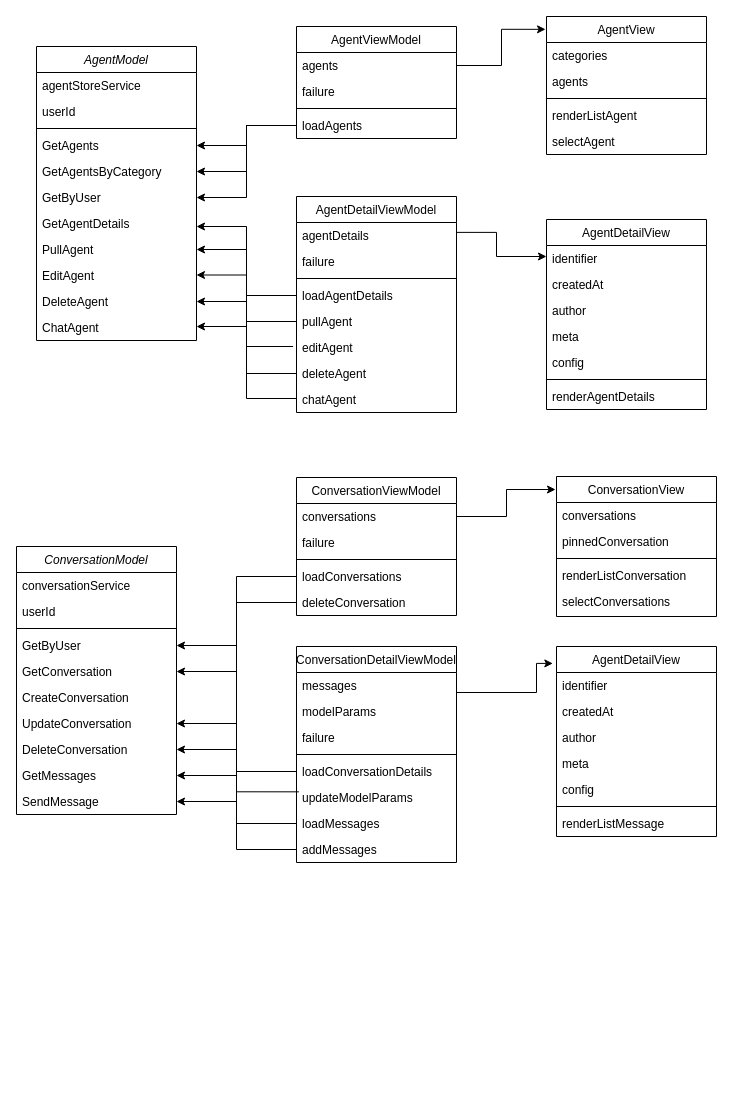
Before: MVVMDiagram.drawio in GitTuanKiet/CSE441_PROJECT, a draw.io diagram. Source tidied: cells renumbered, new cells numbered last; positions are measured from the earlier drawing's top-left corner, leaving out a move shared by most shapes. Both pictures are drawn from the tidied source at 100%, with x=0, y=0 at pixel (16, 16).
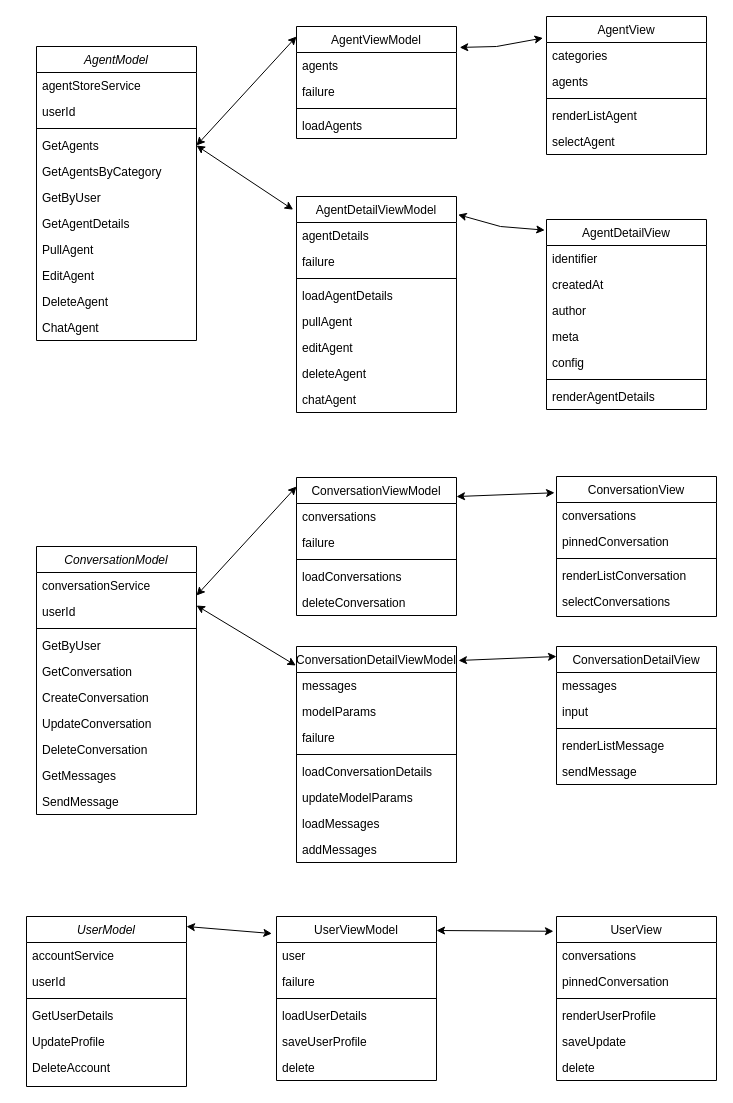
After the change.

The change refers to these unchanged cells:
```xml
<mxCell id="6" value="GetAgents" style="text;align=left;verticalAlign=top;spacingLeft=4;spacingRight=4;overflow=hidden;points=[[0,0.5],[1,0.5]];portConstraint=eastwest;" parent="2" vertex="1">
<mxCell id="7" value="GetAgentsByCategory" style="text;align=left;verticalAlign=top;spacingLeft=4;spacingRight=4;overflow=hidden;points=[[0,0.5],[1,0.5]];portConstraint=eastwest;" parent="2" vertex="1">
<mxCell id="8" value="GetByUser" style="text;align=left;verticalAlign=top;spacingLeft=4;spacingRight=4;overflow=hidden;points=[[0,0.5],[1,0.5]];portConstraint=eastwest;" parent="2" vertex="1">
<mxCell id="10" value="PullAgent" style="text;align=left;verticalAlign=top;spacingLeft=4;spacingRight=4;overflow=hidden;points=[[0,0.5],[1,0.5]];portConstraint=eastwest;" parent="2" vertex="1">
<mxCell id="12" value="DeleteAgent" style="text;align=left;verticalAlign=top;spacingLeft=4;spacingRight=4;overflow=hidden;points=[[0,0.5],[1,0.5]];portConstraint=eastwest;" parent="2" vertex="1">
<mxCell id="14" value="AgentView" style="swimlane;fontStyle=0;align=center;verticalAlign=top;horizontal=1;startSize=26;rounded=0;shadow=0;strokeWidth=1;" parent="1" vertex="1">
<mxCell id="20" value="AgentViewModel" style="swimlane;fontStyle=0;align=center;verticalAlign=top;horizontal=1;startSize=26;rounded=0;shadow=0;strokeWidth=1;" parent="1" vertex="1">
<mxCell id="21" value="agents" style="text;align=left;verticalAlign=top;spacingLeft=4;spacingRight=4;overflow=hidden;points=[[0,0.5],[1,0.5]];portConstraint=eastwest;" parent="20" vertex="1">
<mxCell id="24" value="loadAgents" style="text;align=left;verticalAlign=top;spacingLeft=4;spacingRight=4;overflow=hidden;points=[[0,0.5],[1,0.5]];portConstraint=eastwest;" parent="20" vertex="1">
<mxCell id="25" value="AgentDetailViewModel" style="swimlane;fontStyle=0;align=center;verticalAlign=top;horizontal=1;startSize=26;rounded=0;shadow=0;strokeWidth=1;" parent="1" vertex="1">
<mxCell id="26" value="agentDetails" style="text;align=left;verticalAlign=top;spacingLeft=4;spacingRight=4;overflow=hidden;points=[[0,0.5],[1,0.5]];portConstraint=eastwest;" parent="25" vertex="1">
<mxCell id="29" value="loadAgentDetails" style="text;align=left;verticalAlign=top;spacingLeft=4;spacingRight=4;overflow=hidden;points=[[0,0.5],[1,0.5]];portConstraint=eastwest;" parent="25" vertex="1">
<mxCell id="30" value="pullAgent" style="text;align=left;verticalAlign=top;spacingLeft=4;spacingRight=4;overflow=hidden;points=[[0,0.5],[1,0.5]];portConstraint=eastwest;" parent="25" vertex="1">
<mxCell id="32" value="deleteAgent" style="text;align=left;verticalAlign=top;spacingLeft=4;spacingRight=4;overflow=hidden;points=[[0,0.5],[1,0.5]];portConstraint=eastwest;" parent="25" vertex="1">
<mxCell id="34" value="AgentDetailView" style="swimlane;fontStyle=0;align=center;verticalAlign=top;horizontal=1;startSize=26;rounded=0;shadow=0;strokeWidth=1;" parent="1" vertex="1">
<mxCell id="54" value="userId" style="text;align=left;verticalAlign=top;spacingLeft=4;spacingRight=4;overflow=hidden;points=[[0,0.5],[1,0.5]];portConstraint=eastwest;" parent="52" vertex="1">
<mxCell id="56" value="GetByUser" style="text;align=left;verticalAlign=top;spacingLeft=4;spacingRight=4;overflow=hidden;points=[[0,0.5],[1,0.5]];portConstraint=eastwest;" parent="52" vertex="1">
<mxCell id="57" value="GetConversation" style="text;align=left;verticalAlign=top;spacingLeft=4;spacingRight=4;overflow=hidden;points=[[0,0.5],[1,0.5]];portConstraint=eastwest;" parent="52" vertex="1">
<mxCell id="59" value="UpdateConversation" style="text;align=left;verticalAlign=top;spacingLeft=4;spacingRight=4;overflow=hidden;points=[[0,0.5],[1,0.5]];portConstraint=eastwest;" parent="52" vertex="1">
<mxCell id="60" value="DeleteConversation" style="text;align=left;verticalAlign=top;spacingLeft=4;spacingRight=4;overflow=hidden;points=[[0,0.5],[1,0.5]];portConstraint=eastwest;" parent="52" vertex="1">
<mxCell id="61" value="GetMessages" style="text;align=left;verticalAlign=top;spacingLeft=4;spacingRight=4;overflow=hidden;points=[[0,0.5],[1,0.5]];portConstraint=eastwest;" parent="52" vertex="1">
<mxCell id="62" value="SendMessage" style="text;align=left;verticalAlign=top;spacingLeft=4;spacingRight=4;overflow=hidden;points=[[0,0.5],[1,0.5]];portConstraint=eastwest;" parent="52" vertex="1">
<mxCell id="63" value="ConversationView" style="swimlane;fontStyle=0;align=center;verticalAlign=top;horizontal=1;startSize=26;rounded=0;shadow=0;strokeWidth=1;" parent="1" vertex="1">
<mxCell id="70" value="ConversationViewModel" style="swimlane;fontStyle=0;align=center;verticalAlign=top;horizontal=1;startSize=26;rounded=0;shadow=0;strokeWidth=1;" parent="1" vertex="1">
<mxCell id="71" value="conversations" style="text;align=left;verticalAlign=top;spacingLeft=4;spacingRight=4;overflow=hidden;points=[[0,0.5],[1,0.5]];portConstraint=eastwest;" parent="70" vertex="1">
<mxCell id="74" value="loadConversations" style="text;align=left;verticalAlign=top;spacingLeft=4;spacingRight=4;overflow=hidden;points=[[0,0.5],[1,0.5]];portConstraint=eastwest;" parent="70" vertex="1">
<mxCell id="75" value="deleteConversation" style="text;align=left;verticalAlign=top;spacingLeft=4;spacingRight=4;overflow=hidden;points=[[0,0.5],[1,0.5]];portConstraint=eastwest;" parent="70" vertex="1">
<mxCell id="76" value="ConversationDetailViewModel" style="swimlane;fontStyle=0;align=center;verticalAlign=top;horizontal=1;startSize=26;rounded=0;shadow=0;strokeWidth=1;" parent="1" vertex="1">
<mxCell id="78" value="modelParams" style="text;align=left;verticalAlign=top;spacingLeft=4;spacingRight=4;overflow=hidden;points=[[0,0.5],[1,0.5]];portConstraint=eastwest;" parent="76" vertex="1">
<mxCell id="81" value="loadConversationDetails" style="text;align=left;verticalAlign=top;spacingLeft=4;spacingRight=4;overflow=hidden;points=[[0,0.5],[1,0.5]];portConstraint=eastwest;" parent="76" vertex="1">
<mxCell id="82" value="updateModelParams" style="text;align=left;verticalAlign=top;spacingLeft=4;spacingRight=4;overflow=hidden;points=[[0,0.5],[1,0.5]];portConstraint=eastwest;" parent="76" vertex="1">
<mxCell id="83" value="loadMessages" style="text;align=left;verticalAlign=top;spacingLeft=4;spacingRight=4;overflow=hidden;points=[[0,0.5],[1,0.5]];portConstraint=eastwest;" parent="76" vertex="1">
<mxCell id="84" value="addMessages" style="text;align=left;verticalAlign=top;spacingLeft=4;spacingRight=4;overflow=hidden;points=[[0,0.5],[1,0.5]];portConstraint=eastwest;" parent="76" vertex="1">
```

The edit, as a diff of the source:
```diff
@@
-    <mxCell id="42" style="edgeStyle=orthogonalEdgeStyle;rounded=0;jettySize=auto;html=1;entryX=1;entryY=0.5;entryDx=0;entryDy=0;" parent="1" edge="1" source="24" target="6">
-      <mxGeometry relative="1" as="geometry" />
-    </mxCell>
-    <mxCell id="43" style="edgeStyle=orthogonalEdgeStyle;rounded=0;jettySize=auto;html=1;exitX=0;exitY=0.5;exitDx=0;exitDy=0;" parent="1" edge="1" source="29">
-      <mxGeometry relative="1" as="geometry">
-        <mxPoint x="180" y="210" as="targetPoint" />
-        <Array as="points">
-          <mxPoint x="230" y="279" />
-          <mxPoint x="230" y="210" />
-        </Array>
-      </mxGeometry>
-    </mxCell>
-    <mxCell id="44" style="edgeStyle=orthogonalEdgeStyle;rounded=0;jettySize=auto;html=1;entryX=1;entryY=0.5;entryDx=0;entryDy=0;" parent="1" edge="1" source="24" target="8">
-      <mxGeometry relative="1" as="geometry" />
-    </mxCell>
-    <mxCell id="45" style="edgeStyle=orthogonalEdgeStyle;rounded=0;jettySize=auto;html=1;" parent="1" edge="1" source="24" target="7">
-      <mxGeometry relative="1" as="geometry" />
-    </mxCell>
-    <mxCell id="46" style="edgeStyle=orthogonalEdgeStyle;rounded=0;jettySize=auto;html=1;entryX=1;entryY=0.5;entryDx=0;entryDy=0;" parent="1" edge="1" source="30" target="10">
-      <mxGeometry relative="1" as="geometry" />
-    </mxCell>
-    <mxCell id="47" style="edgeStyle=orthogonalEdgeStyle;rounded=0;orthogonalLoop=1;jettySize=auto;html=1;entryX=1.021;entryY=0.479;entryDx=0;entryDy=0;entryPerimeter=0;" parent="1" edge="1">
-      <mxGeometry relative="1" as="geometry">
-        <mxPoint x="276.6" y="330" as="sourcePoint" />
-        <mxPoint x="180" y="258.5" as="targetPoint" />
-        <Array as="points">
-          <mxPoint x="230" y="330" />
-          <mxPoint x="230" y="259" />
-        </Array>
-      </mxGeometry>
-    </mxCell>
-    <mxCell id="48" style="edgeStyle=orthogonalEdgeStyle;rounded=0;jettySize=auto;html=1;exitX=0;exitY=0.5;exitDx=0;exitDy=0;entryX=1;entryY=0.5;entryDx=0;entryDy=0;" parent="1" edge="1" source="32" target="12">
-      <mxGeometry relative="1" as="geometry">
-        <Array as="points">
-          <mxPoint x="230" y="357" />
-          <mxPoint x="230" y="285" />
-        </Array>
-      </mxGeometry>
-    </mxCell>
-    <mxCell id="49" style="edgeStyle=orthogonalEdgeStyle;rounded=0;orthogonalLoop=1;jettySize=auto;html=1;exitX=0;exitY=0.5;exitDx=0;exitDy=0;entryX=1;entryY=0.5;entryDx=0;entryDy=0;" parent="1" edge="1">
-      <mxGeometry relative="1" as="geometry">
-        <mxPoint x="280" y="382" as="sourcePoint" />
-        <mxPoint x="180" y="310" as="targetPoint" />
-        <Array as="points">
-          <mxPoint x="230" y="382" />
-          <mxPoint x="230" y="310" />
-        </Array>
-      </mxGeometry>
-    </mxCell>
-    <mxCell id="50" style="edgeStyle=orthogonalEdgeStyle;rounded=0;jettySize=auto;html=1;entryX=-0.006;entryY=0.093;entryDx=0;entryDy=0;entryPerimeter=0;" parent="1" edge="1" source="21" target="14">
-      <mxGeometry relative="1" as="geometry" />
-    </mxCell>
-    <mxCell id="51" style="edgeStyle=orthogonalEdgeStyle;rounded=0;jettySize=auto;html=1;exitX=1;exitY=0.38;exitDx=0;exitDy=0;exitPerimeter=0;" parent="1" edge="1" source="26">
-      <mxGeometry relative="1" as="geometry">
-        <mxPoint x="530" y="240" as="targetPoint" />
-        <Array as="points">
-          <mxPoint x="480" y="216" />
-          <mxPoint x="480" y="240" />
-        </Array>
-      </mxGeometry>
-    </mxCell>
     <mxCell id="52" value="ConversationModel" style="swimlane;fontStyle=2;align=center;verticalAlign=top;horizontal=1;startSize=26;rounded=0;shadow=0;strokeWidth=1;" parent="1" vertex="1">
-      <mxGeometry y="530" width="160" height="268" as="geometry" />
+      <mxGeometry x="20" y="530" width="160" height="268" as="geometry" />
     </mxCell>
@@
-    <mxCell id="69" style="edgeStyle=orthogonalEdgeStyle;rounded=0;jettySize=auto;html=1;exitX=0;exitY=0.5;exitDx=0;exitDy=0;entryX=1;entryY=0.5;entryDx=0;entryDy=0;" parent="1" edge="1" source="74" target="56">
-      <mxGeometry relative="1" as="geometry">
-        <Array as="points">
-          <mxPoint x="220" y="560" />
-          <mxPoint x="220" y="629" />
-        </Array>
-      </mxGeometry>
-    </mxCell>
@@
-    <mxCell id="85" value="AgentDetailView" style="swimlane;fontStyle=0;align=center;verticalAlign=top;horizontal=1;startSize=26;rounded=0;shadow=0;strokeWidth=1;" parent="1" vertex="1">
-      <mxGeometry x="540" y="630" width="160" height="190" as="geometry" />
+    <mxCell id="85" value="ConversationDetailView" style="swimlane;fontStyle=0;align=center;verticalAlign=top;horizontal=1;startSize=26;rounded=0;shadow=0;strokeWidth=1;" parent="1" vertex="1">
+      <mxGeometry x="540" y="630" width="160" height="138" as="geometry" />
     </mxCell>
-    <mxCell id="86" value="identifier" style="text;align=left;verticalAlign=top;spacingLeft=4;spacingRight=4;overflow=hidden;" parent="85" vertex="1">
+    <mxCell id="86" value="messages" style="text;align=left;verticalAlign=top;spacingLeft=4;spacingRight=4;overflow=hidden;" parent="85" vertex="1">
       <mxGeometry y="26" width="160" height="26" as="geometry" />
     </mxCell>
-    <mxCell id="87" value="createdAt" style="text;align=left;verticalAlign=top;spacingLeft=4;spacingRight=4;overflow=hidden;rounded=0;shadow=0;html=0;" parent="85" vertex="1">
+    <mxCell id="87" value="input" style="text;align=left;verticalAlign=top;spacingLeft=4;spacingRight=4;overflow=hidden;rounded=0;shadow=0;html=0;" parent="85" vertex="1">
       <mxGeometry y="52" width="160" height="26" as="geometry" />
     </mxCell>
-    <mxCell id="88" value="author" style="text;align=left;verticalAlign=top;spacingLeft=4;spacingRight=4;overflow=hidden;rounded=0;shadow=0;html=0;" parent="85" vertex="1">
-      <mxGeometry y="78" width="160" height="26" as="geometry" />
-    </mxCell>
-    <mxCell id="89" value="meta" style="text;align=left;verticalAlign=top;spacingLeft=4;spacingRight=4;overflow=hidden;rounded=0;shadow=0;html=0;" parent="85" vertex="1">
-      <mxGeometry y="104" width="160" height="26" as="geometry" />
-    </mxCell>
-    <mxCell id="90" value="config" style="text;align=left;verticalAlign=top;spacingLeft=4;spacingRight=4;overflow=hidden;rounded=0;shadow=0;html=0;" parent="85" vertex="1">
-      <mxGeometry y="130" width="160" height="26" as="geometry" />
-    </mxCell>
     <mxCell id="91" style="line;html=1;strokeWidth=1;align=left;verticalAlign=middle;spacingTop=-1;spacingLeft=3;spacingRight=3;labelPosition=right;" parent="85" vertex="1">
-      <mxGeometry y="156" width="160" height="8" as="geometry" />
+      <mxGeometry y="78" width="160" height="8" as="geometry" />
     </mxCell>
     <mxCell id="92" value="renderListMessage" style="text;align=left;verticalAlign=top;spacingLeft=4;spacingRight=4;overflow=hidden;" parent="85" vertex="1">
-      <mxGeometry y="164" width="160" height="26" as="geometry" />
+      <mxGeometry y="86" width="160" height="26" as="geometry" />
     </mxCell>
-    <mxCell id="93" style="edgeStyle=orthogonalEdgeStyle;rounded=0;jettySize=auto;html=1;entryX=-0.006;entryY=0.093;entryDx=0;entryDy=0;entryPerimeter=0;" parent="1" edge="1" source="71" target="63">
-      <mxGeometry relative="1" as="geometry" />
-    </mxCell>
-    <mxCell id="94" style="edgeStyle=orthogonalEdgeStyle;rounded=0;jettySize=auto;html=1;exitX=1;exitY=0.38;exitDx=0;exitDy=0;exitPerimeter=0;entryX=-0.023;entryY=0.089;entryDx=0;entryDy=0;entryPerimeter=0;" parent="1" edge="1" source="78" target="85">
-      <mxGeometry relative="1" as="geometry">
-        <Array as="points">
-          <mxPoint x="440" y="676" />
-          <mxPoint x="520" y="676" />
-          <mxPoint x="520" y="647" />
-        </Array>
-      </mxGeometry>
-    </mxCell>
-    <mxCell id="95" style="edgeStyle=orthogonalEdgeStyle;rounded=0;jettySize=auto;html=1;" parent="1" edge="1" source="84" target="62">
-      <mxGeometry relative="1" as="geometry" />
-    </mxCell>
-    <mxCell id="96" style="edgeStyle=orthogonalEdgeStyle;rounded=0;jettySize=auto;html=1;entryX=1;entryY=0.5;entryDx=0;entryDy=0;exitX=0.015;exitY=0.282;exitDx=0;exitDy=0;exitPerimeter=0;" parent="1" edge="1" source="82" target="59">
-      <mxGeometry relative="1" as="geometry" />
-    </mxCell>
-    <mxCell id="97" style="edgeStyle=orthogonalEdgeStyle;rounded=0;jettySize=auto;html=1;entryX=1;entryY=0.5;entryDx=0;entryDy=0;" parent="1" edge="1" source="83" target="61">
-      <mxGeometry relative="1" as="geometry" />
-    </mxCell>
-    <mxCell id="98" style="edgeStyle=orthogonalEdgeStyle;rounded=0;jettySize=auto;html=1;entryX=1;entryY=0.5;entryDx=0;entryDy=0;" parent="1" edge="1" source="75" target="60">
-      <mxGeometry relative="1" as="geometry" />
-    </mxCell>
-    <mxCell id="99" style="edgeStyle=orthogonalEdgeStyle;rounded=0;jettySize=auto;html=1;entryX=1;entryY=0.5;entryDx=0;entryDy=0;" parent="1" edge="1" source="81" target="57">
-      <mxGeometry relative="1" as="geometry" />
-    </mxCell>
+    <mxCell id="100" value="sendMessage" style="text;align=left;verticalAlign=top;spacingLeft=4;spacingRight=4;overflow=hidden;" parent="85" vertex="1">
+      <mxGeometry y="112" width="160" height="26" as="geometry" />
+    </mxCell>
+    <mxCell id="101" value="UserModel" style="swimlane;fontStyle=2;align=center;verticalAlign=top;horizontal=1;startSize=26;rounded=0;shadow=0;strokeWidth=1;" parent="1" vertex="1">
+      <mxGeometry x="10" y="900" width="160" height="170" as="geometry" />
+    </mxCell>
+    <mxCell id="102" value="accountService" style="text;align=left;verticalAlign=top;spacingLeft=4;spacingRight=4;overflow=hidden;" parent="101" vertex="1">
+      <mxGeometry y="26" width="160" height="26" as="geometry" />
+    </mxCell>
+    <mxCell id="103" value="userId" style="text;align=left;verticalAlign=top;spacingLeft=4;spacingRight=4;overflow=hidden;" parent="101" vertex="1">
+      <mxGeometry y="52" width="160" height="26" as="geometry" />
+    </mxCell>
+    <mxCell id="104" style="line;html=1;strokeWidth=1;align=left;verticalAlign=middle;spacingTop=-1;spacingLeft=3;spacingRight=3;labelPosition=right;" parent="101" vertex="1">
+      <mxGeometry y="78" width="160" height="8" as="geometry" />
+    </mxCell>
+    <mxCell id="105" value="GetUserDetails" style="text;align=left;verticalAlign=top;spacingLeft=4;spacingRight=4;overflow=hidden;" parent="101" vertex="1">
+      <mxGeometry y="86" width="160" height="26" as="geometry" />
+    </mxCell>
+    <mxCell id="106" value="UpdateProfile" style="text;align=left;verticalAlign=top;spacingLeft=4;spacingRight=4;overflow=hidden;" parent="101" vertex="1">
+      <mxGeometry y="112" width="160" height="26" as="geometry" />
+    </mxCell>
+    <mxCell id="107" value="DeleteAccount" style="text;align=left;verticalAlign=top;spacingLeft=4;spacingRight=4;overflow=hidden;" parent="101" vertex="1">
+      <mxGeometry y="138" width="160" height="26" as="geometry" />
+    </mxCell>
+    <mxCell id="108" value="UserView" style="swimlane;fontStyle=0;align=center;verticalAlign=top;horizontal=1;startSize=26;rounded=0;shadow=0;strokeWidth=1;" parent="1" vertex="1">
+      <mxGeometry x="540" y="900" width="160" height="164" as="geometry" />
+    </mxCell>
+    <mxCell id="109" value="conversations" style="text;align=left;verticalAlign=top;spacingLeft=4;spacingRight=4;overflow=hidden;" parent="108" vertex="1">
+      <mxGeometry y="26" width="160" height="26" as="geometry" />
+    </mxCell>
+    <mxCell id="110" value="pinnedConversation" style="text;align=left;verticalAlign=top;spacingLeft=4;spacingRight=4;overflow=hidden;" parent="108" vertex="1">
+      <mxGeometry y="52" width="160" height="26" as="geometry" />
+    </mxCell>
+    <mxCell id="111" style="line;html=1;strokeWidth=1;align=left;verticalAlign=middle;spacingTop=-1;spacingLeft=3;spacingRight=3;labelPosition=right;" parent="108" vertex="1">
+      <mxGeometry y="78" width="160" height="8" as="geometry" />
+    </mxCell>
+    <mxCell id="112" value="renderUserProfile" style="text;align=left;verticalAlign=top;spacingLeft=4;spacingRight=4;overflow=hidden;" parent="108" vertex="1">
+      <mxGeometry y="86" width="160" height="26" as="geometry" />
+    </mxCell>
+    <mxCell id="113" value="saveUpdate" style="text;align=left;verticalAlign=top;spacingLeft=4;spacingRight=4;overflow=hidden;" parent="108" vertex="1">
+      <mxGeometry y="112" width="160" height="26" as="geometry" />
+    </mxCell>
+    <mxCell id="114" value="delete" style="text;align=left;verticalAlign=top;spacingLeft=4;spacingRight=4;overflow=hidden;" parent="108" vertex="1">
+      <mxGeometry y="138" width="160" height="26" as="geometry" />
+    </mxCell>
+    <mxCell id="115" value="UserViewModel" style="swimlane;fontStyle=0;align=center;verticalAlign=top;horizontal=1;startSize=26;rounded=0;shadow=0;strokeWidth=1;" parent="1" vertex="1">
+      <mxGeometry x="260" y="900" width="160" height="164" as="geometry" />
+    </mxCell>
+    <mxCell id="116" value="user" style="text;align=left;verticalAlign=top;spacingLeft=4;spacingRight=4;overflow=hidden;" parent="115" vertex="1">
+      <mxGeometry y="26" width="160" height="26" as="geometry" />
+    </mxCell>
+    <mxCell id="117" value="failure" style="text;align=left;verticalAlign=top;spacingLeft=4;spacingRight=4;overflow=hidden;rounded=0;shadow=0;html=0;" parent="115" vertex="1">
+      <mxGeometry y="52" width="160" height="26" as="geometry" />
+    </mxCell>
+    <mxCell id="118" style="line;html=1;strokeWidth=1;align=left;verticalAlign=middle;spacingTop=-1;spacingLeft=3;spacingRight=3;labelPosition=right;" parent="115" vertex="1">
+      <mxGeometry y="78" width="160" height="8" as="geometry" />
+    </mxCell>
+    <mxCell id="119" value="loadUserDetails" style="text;align=left;verticalAlign=top;spacingLeft=4;spacingRight=4;overflow=hidden;" parent="115" vertex="1">
+      <mxGeometry y="86" width="160" height="26" as="geometry" />
+    </mxCell>
+    <mxCell id="120" value="saveUserProfile" style="text;align=left;verticalAlign=top;spacingLeft=4;spacingRight=4;overflow=hidden;" parent="115" vertex="1">
+      <mxGeometry y="112" width="160" height="26" as="geometry" />
+    </mxCell>
+    <mxCell id="121" value="delete" style="text;align=left;verticalAlign=top;spacingLeft=4;spacingRight=4;overflow=hidden;" parent="115" vertex="1">
+      <mxGeometry y="138" width="160" height="26" as="geometry" />
+    </mxCell>
+    <mxCell id="122" style="endArrow=classic;startArrow=classic;html=1;rounded=0;entryX=-0.022;entryY=0.156;entryDx=0;entryDy=0;entryPerimeter=0;exitX=1.02;exitY=0.187;exitDx=0;exitDy=0;exitPerimeter=0;" parent="1" edge="1" source="20" target="14">
+      <mxGeometry relative="1" as="geometry">
+        <Array as="points">
+          <mxPoint x="480" y="30" />
+        </Array>
+      </mxGeometry>
+    </mxCell>
+    <mxCell id="123" style="endArrow=classic;startArrow=classic;html=1;rounded=0;entryX=-0.011;entryY=0.056;entryDx=0;entryDy=0;entryPerimeter=0;exitX=1.01;exitY=0.084;exitDx=0;exitDy=0;exitPerimeter=0;" parent="1" edge="1" source="25" target="34">
+      <mxGeometry relative="1" as="geometry">
+        <Array as="points">
+          <mxPoint x="484" y="210" />
+        </Array>
+      </mxGeometry>
+    </mxCell>
+    <mxCell id="124" style="endArrow=classic;startArrow=classic;html=1;rounded=0;entryX=-0.012;entryY=0.116;entryDx=0;entryDy=0;entryPerimeter=0;exitX=1;exitY=0.138;exitDx=0;exitDy=0;exitPerimeter=0;" parent="1" edge="1" source="70" target="63">
+      <mxGeometry relative="1" as="geometry" />
+    </mxCell>
+    <mxCell id="125" style="endArrow=classic;startArrow=classic;html=1;rounded=0;entryX=-0.012;entryY=0.116;entryDx=0;entryDy=0;entryPerimeter=0;exitX=1;exitY=0.138;exitDx=0;exitDy=0;exitPerimeter=0;" parent="1" edge="1">
+      <mxGeometry relative="1" as="geometry">
+        <mxPoint x="442" y="644" as="sourcePoint" />
+        <mxPoint x="540" y="640" as="targetPoint" />
+      </mxGeometry>
+    </mxCell>
+    <mxCell id="126" style="endArrow=classic;startArrow=classic;html=1;rounded=0;entryX=-0.019;entryY=0.09;entryDx=0;entryDy=0;entryPerimeter=0;exitX=1;exitY=0.138;exitDx=0;exitDy=0;exitPerimeter=0;" parent="1" edge="1" target="108">
+      <mxGeometry relative="1" as="geometry">
+        <mxPoint x="420" y="914" as="sourcePoint" />
+      </mxGeometry>
+    </mxCell>
+    <mxCell id="127" style="endArrow=classic;startArrow=classic;html=1;rounded=0;exitX=1;exitY=0.5;exitDx=0;exitDy=0;" parent="1" edge="1" source="6">
+      <mxGeometry relative="1" as="geometry">
+        <mxPoint x="280" y="20" as="targetPoint" />
+      </mxGeometry>
+    </mxCell>
+    <mxCell id="128" style="endArrow=classic;startArrow=classic;html=1;rounded=0;exitX=1;exitY=0.5;exitDx=0;exitDy=0;entryX=-0.021;entryY=0.061;entryDx=0;entryDy=0;entryPerimeter=0;" parent="1" edge="1" source="6" target="25">
+      <mxGeometry relative="1" as="geometry" />
+    </mxCell>
+    <mxCell id="129" style="endArrow=classic;startArrow=classic;html=1;rounded=0;exitX=1;exitY=0.5;exitDx=0;exitDy=0;" parent="1" edge="1">
+      <mxGeometry relative="1" as="geometry">
+        <mxPoint x="180" y="579" as="sourcePoint" />
+        <mxPoint x="280" y="470" as="targetPoint" />
+      </mxGeometry>
+    </mxCell>
+    <mxCell id="130" style="endArrow=classic;startArrow=classic;html=1;rounded=0;exitX=1;exitY=0.269;exitDx=0;exitDy=0;entryX=-0.004;entryY=0.088;entryDx=0;entryDy=0;entryPerimeter=0;exitPerimeter=0;" parent="1" edge="1" source="54" target="76">
+      <mxGeometry relative="1" as="geometry" />
+    </mxCell>
+    <mxCell id="131" style="endArrow=classic;startArrow=classic;html=1;rounded=0;exitX=1;exitY=0.269;exitDx=0;exitDy=0;entryX=-0.029;entryY=0.104;entryDx=0;entryDy=0;entryPerimeter=0;exitPerimeter=0;" parent="1" edge="1" target="115">
+      <mxGeometry relative="1" as="geometry">
+        <mxPoint x="170" y="910" as="sourcePoint" />
+      </mxGeometry>
+    </mxCell>
```
